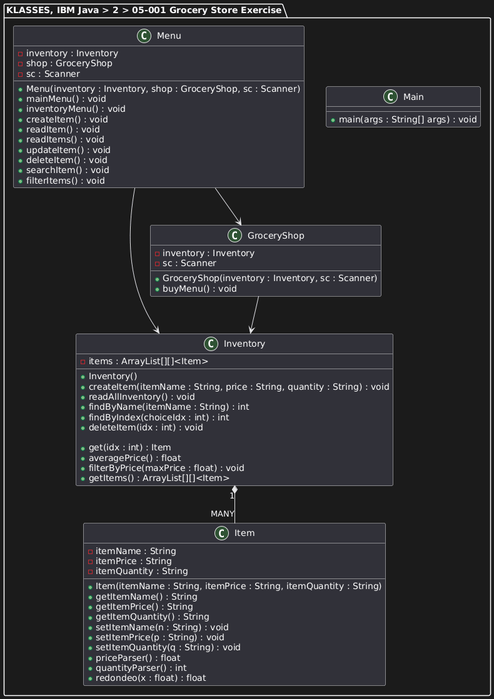
This is exercise/05-001_klasses_all.png from alexandrglm/IBM_Java_Certification_EXERCISE_02-05-001, a PlantUML export, as it was before one commit. Source of this version:
```plantuml
@startuml
package "KLASSES, IBM Java > 2 > 05-001 Grocery Store Exercise" {

    class Item {

        - itemName : String
        - itemPrice : String
        - itemQuantity : String

        + Item(itemName : String, itemPrice : String, itemQuantity : String)

        + getItemName() : String
        + getItemPrice() : String
        + getItemQuantity() : String
        + setItemName(n : String) : void
        + setItemPrice(p : String) : void
        + setItemQuantity(q : String) : void

        + priceParser() : float
        + quantityParser() : int
        + redondeo(x : float) : float
    }

    class Inventory {

        - items : ArrayList[][]<Item>

        + Inventory()

        + createItem(itemName : String, price : String, quantity : String) : void
        + readAllInventory() : void
        + findByName(itemName : String) : int
        + findByIndex(choiceIdx : int) : int
        + deleteItem(idx : int) : void

        + get(idx : int) : Item
        + averagePrice() : float
        + filterByPrice(maxPrice : float) : void

        + getItems() : ArrayList[][]<Item>
    }

    class GroceryShop {

        - inventory : Inventory
        - sc : Scanner

        + GroceryShop(inventory : Inventory, sc : Scanner)
        + buyMenu() : void
    }

    class Menu {

        - inventory : Inventory
        - shop : GroceryShop
        - sc : Scanner

        + Menu(inventory : Inventory, shop : GroceryShop, sc : Scanner)

        + mainMenu() : void
        + inventoryMenu() : void

        + createItem() : void
        + readItem() : void
        + readItems() : void
        + updateItem() : void
        + deleteItem() : void

        + searchItem() : void
        + filterItems() : void
    }


    class Main {

        + main(args : String[] args) : void

    }

    Inventory "1" *-- "MANY" Item
    GroceryShop --> Inventory
    Menu --> Inventory
    Menu --> GroceryShop

}
@enduml
```
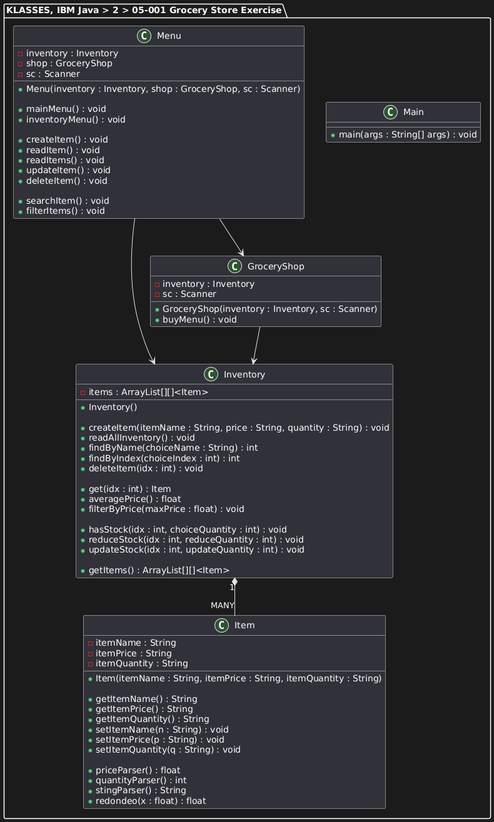
Later version of the same file.

Commit message:
Update Klasses, add stock methods (hasStock(), reduceStock(), updateStock() )

Diff of the diagram source:
```diff
@@ -18,6 +18,7 @@
 
         + priceParser() : float
         + quantityParser() : int
+        + stingParser() : String
         + redondeo(x : float) : float
     }
 
@@ -29,13 +30,17 @@
 
         + createItem(itemName : String, price : String, quantity : String) : void
         + readAllInventory() : void
-        + findByName(itemName : String) : int
-        + findByIndex(choiceIdx : int) : int
+        + findByName(choiceName : String) : int
+        + findByIndex(choiceIndex : int) : int
         + deleteItem(idx : int) : void
 
         + get(idx : int) : Item
         + averagePrice() : float
         + filterByPrice(maxPrice : float) : void
+
+        + hasStock(idx : int, choiceQuantity : int) : void
+        + reduceStock(idx : int, reduceQuantity : int) : void
+        + updateStock(idx : int, updateQuantity : int) : void
 
         + getItems() : ArrayList[][]<Item>
     }
```
